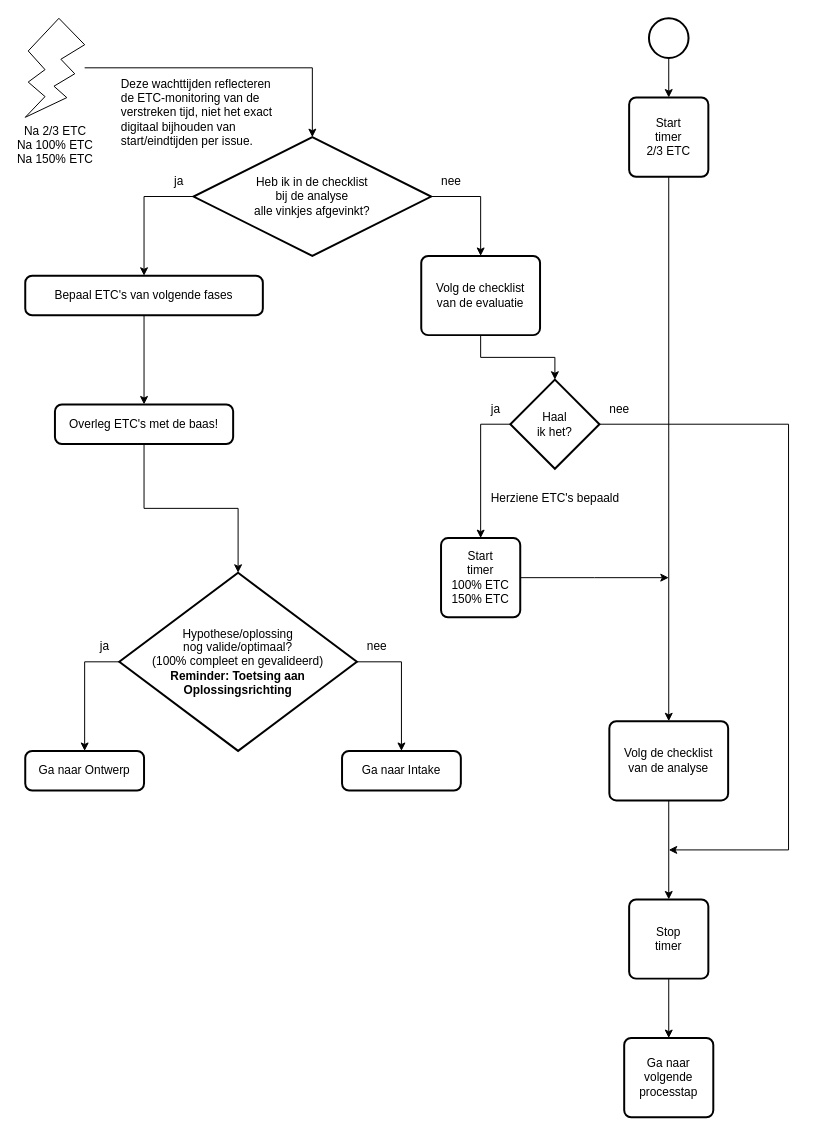
This is 2 Issue Tracker analyse.drawio from Zaibatsu89/IssueTracker, a draw.io file, before an edit. Source tidied: cells renumbered, new cells numbered last; positions are measured from the earlier drawing's top-left corner, leaving out a move shared by most shapes. Both pictures are drawn from the tidied source at 99%, with x=0, y=0 at pixel (25, 18).
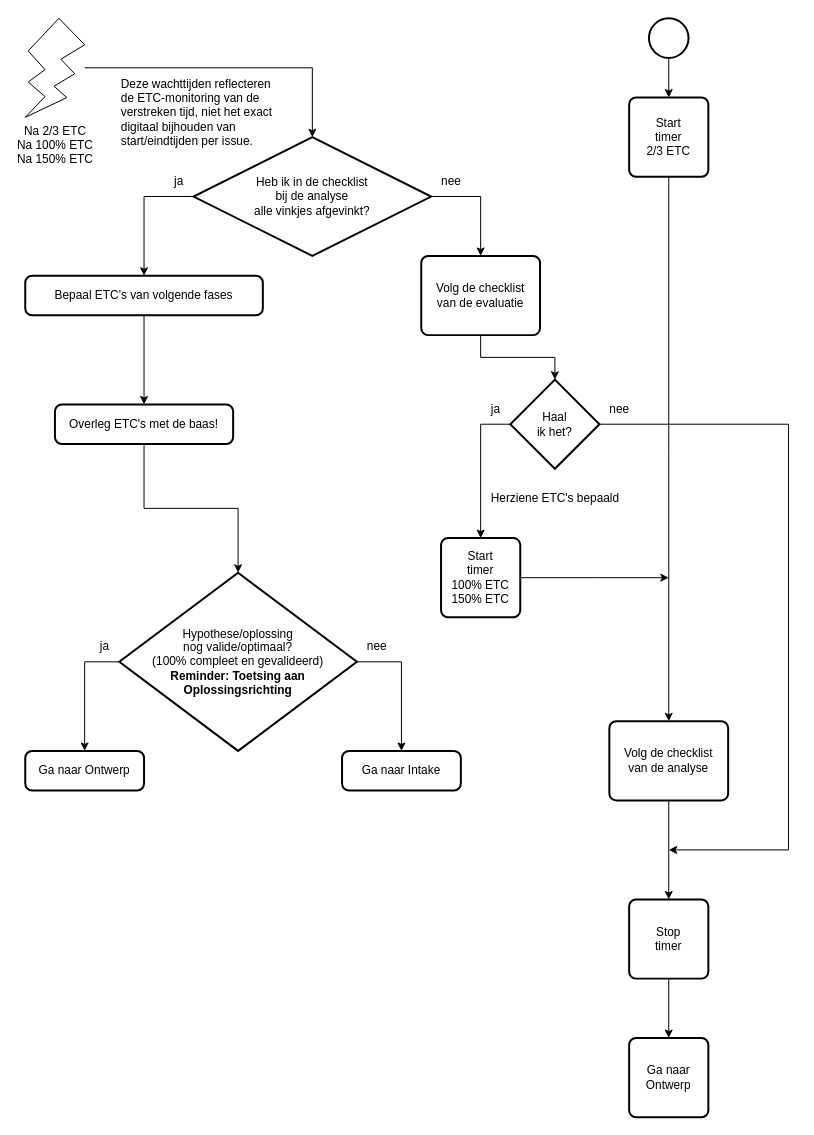
Above is the later version.

Commit message (it also covers changes not shown here):
Vervang "Ga naar volgende processtap" door "Ga naar {naam van volgende processtap}" in flowcharts

What changed in the source:
```diff
@@
-    <mxCell id="27" value="Ga naar&lt;br&gt;volgende&lt;br&gt;processtap" style="rounded=1;whiteSpace=wrap;html=1;absoluteArcSize=1;arcSize=14;strokeWidth=2;" parent="1" vertex="1">
-      <mxGeometry x="605" y="1030" width="90" height="80" as="geometry" />
+    <mxCell id="27" value="Ga naar&lt;br&gt;Ontwerp" style="rounded=1;whiteSpace=wrap;html=1;absoluteArcSize=1;arcSize=14;strokeWidth=2;" parent="1" vertex="1">
+      <mxGeometry x="610" y="1030" width="80" height="80" as="geometry" />
     </mxCell>
```
